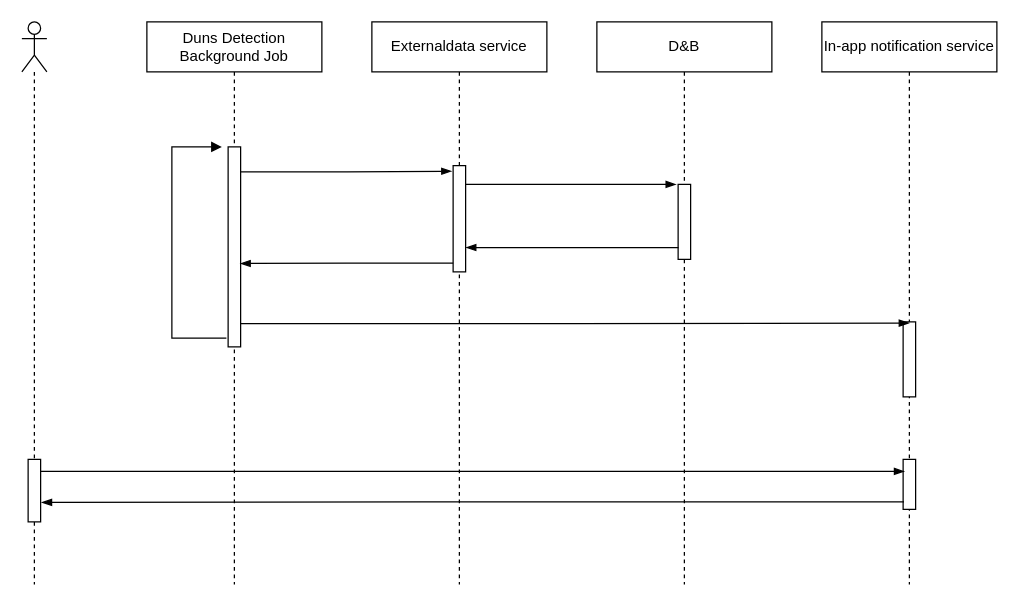
Earlier version of the draw.io diagram Untitled Diagram.drawio (huangshijie/Drawio). Source tidied: cells renumbered, new cells numbered last; positions are measured from the earlier drawing's top-left corner, leaving out a move shared by most shapes. Both pictures are drawn from the tidied source at 125%, with x=0, y=0 at pixel (21, 21).
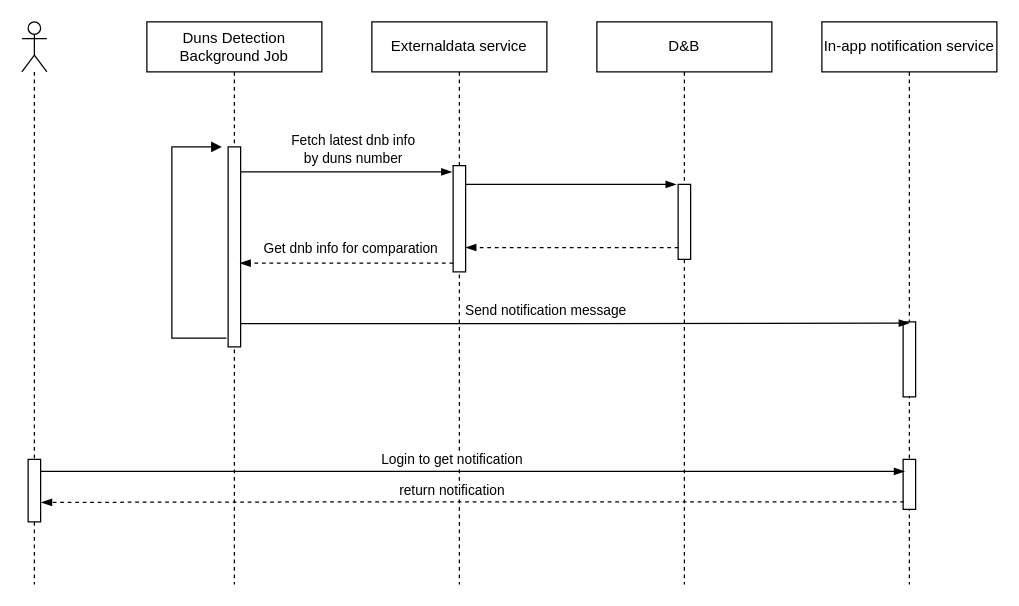
After the change.

Unchanged cells that the change refers to:
```xml
<mxCell id="2" value="Externaldata service" style="shape=umlLifeline;perimeter=lifelinePerimeter;whiteSpace=wrap;html=1;" parent="1" vertex="1">
  <mxGeometry x="280" width="140" height="450" as="geometry" />
</mxCell>
<mxCell id="3" style="html=1;points=[];perimeter=orthogonalPerimeter;" parent="2" vertex="1">
  <mxGeometry x="65" y="115" width="10" height="85" as="geometry" />
</mxCell>
<mxCell id="5" value="Duns Detection Background Job" style="shape=umlLifeline;perimeter=lifelinePerimeter;whiteSpace=wrap;html=1;" parent="1" vertex="1">
  <mxGeometry x="100" width="140" height="450" as="geometry" />
</mxCell>
<mxCell id="6" style="html=1;points=[];perimeter=orthogonalPerimeter;" parent="5" vertex="1">
  <mxGeometry x="65" y="100" width="10" height="160" as="geometry" />
</mxCell>
<mxCell id="10" style="html=1;points=[];perimeter=orthogonalPerimeter;" parent="9" vertex="1">
  <mxGeometry x="65" y="130" width="10" height="60" as="geometry" />
</mxCell>
<mxCell id="13" style="html=1;points=[];perimeter=orthogonalPerimeter;" parent="11" vertex="1">
  <mxGeometry x="65" y="350" width="10" height="40" as="geometry" />
</mxCell>
<mxCell id="16" style="edgeStyle=elbowEdgeStyle;fontSize=12;html=1;endArrow=blockThin;endFill=1;rounded=0;exitX=0.967;exitY=0.884;exitDx=0;exitDy=0;exitPerimeter=0;" parent="1" edge="1" source="6">
  <mxGeometry relative="1" as="geometry">
    <mxPoint x="710" y="241" as="targetPoint" />
  </mxGeometry>
</mxCell>
<mxCell id="18" style="html=1;points=[];perimeter=orthogonalPerimeter;" parent="17" vertex="1">
  <mxGeometry x="5" y="350" width="10" height="50" as="geometry" />
</mxCell>
<mxCell id="19" style="edgeStyle=elbowEdgeStyle;fontSize=12;html=1;endArrow=blockThin;endFill=1;rounded=0;exitX=0.971;exitY=0.192;exitDx=0;exitDy=0;exitPerimeter=0;entryX=0.114;entryY=0.24;entryDx=0;entryDy=0;entryPerimeter=0;" parent="1" edge="1" source="18" target="13">
  <mxGeometry relative="1" as="geometry" />
</mxCell>
```

Change to the diagram source:
```diff
@@
-    <mxCell id="4" style="edgeStyle=elbowEdgeStyle;fontSize=12;html=1;endArrow=blockThin;endFill=1;rounded=0;entryX=-0.151;entryY=0;entryDx=0;entryDy=0;entryPerimeter=0;" parent="2" edge="1" target="10">
+    <mxCell id="4" style="edgeStyle=elbowEdgeStyle;fontSize=12;html=1;endArrow=blockThin;endFill=1;rounded=0;entryX=-0.151;entryY=0;entryDx=0;entryDy=0;entryPerimeter=0;elbow=vertical;" parent="2" edge="1" target="10">
       <mxGeometry relative="1" as="geometry">
         <mxPoint x="75" y="130" as="sourcePoint" />
       </mxGeometry>
     </mxCell>
@@
-    <mxCell id="8" style="edgeStyle=elbowEdgeStyle;fontSize=12;html=1;endArrow=blockThin;endFill=1;rounded=0;entryX=-0.1;entryY=0.053;entryDx=0;entryDy=0;entryPerimeter=0;" parent="5" edge="1" target="3">
+    <mxCell id="8" style="edgeStyle=elbowEdgeStyle;fontSize=12;html=1;endArrow=blockThin;endFill=1;rounded=0;entryX=-0.1;entryY=0.053;entryDx=0;entryDy=0;entryPerimeter=0;elbow=vertical;" parent="5" edge="1" target="3">
       <mxGeometry relative="1" as="geometry">
         <mxPoint x="75" y="120" as="sourcePoint" />
       </mxGeometry>
     </mxCell>
+    <mxCell id="21" value="Fetch latest dnb info &lt;br&gt;by duns number" style="edgeLabel;html=1;align=center;verticalAlign=middle;" parent="8" vertex="1">
+      <mxGeometry x="-0.13" y="-1" relative="1" as="geometry">
+        <mxPoint x="15" y="-20" as="offset" />
+      </mxGeometry>
+    </mxCell>
@@
-    <mxCell id="14" style="edgeStyle=elbowEdgeStyle;fontSize=12;html=1;endArrow=blockThin;endFill=1;rounded=0;exitX=0.033;exitY=0.844;exitDx=0;exitDy=0;exitPerimeter=0;entryX=1.005;entryY=0.771;entryDx=0;entryDy=0;entryPerimeter=0;" parent="1" edge="1" source="10" target="3">
+    <mxCell id="14" style="edgeStyle=elbowEdgeStyle;fontSize=12;html=1;endArrow=blockThin;endFill=1;rounded=0;exitX=0.033;exitY=0.844;exitDx=0;exitDy=0;exitPerimeter=0;entryX=1.005;entryY=0.771;entryDx=0;entryDy=0;entryPerimeter=0;dashed=1;" parent="1" edge="1" source="10" target="3">
       <mxGeometry relative="1" as="geometry" />
     </mxCell>
-    <mxCell id="15" style="edgeStyle=elbowEdgeStyle;fontSize=12;html=1;endArrow=blockThin;endFill=1;rounded=0;exitX=0.005;exitY=0.917;exitDx=0;exitDy=0;exitPerimeter=0;entryX=0.957;entryY=0.583;entryDx=0;entryDy=0;entryPerimeter=0;" parent="1" edge="1" source="3" target="6">
+    <mxCell id="15" style="edgeStyle=elbowEdgeStyle;fontSize=12;html=1;endArrow=blockThin;endFill=1;rounded=0;exitX=0.005;exitY=0.917;exitDx=0;exitDy=0;exitPerimeter=0;entryX=0.957;entryY=0.583;entryDx=0;entryDy=0;entryPerimeter=0;elbow=vertical;dashed=1;" parent="1" edge="1" source="3" target="6">
       <mxGeometry relative="1" as="geometry" />
     </mxCell>
+    <mxCell id="22" value="Get dnb info for comparation" style="edgeLabel;html=1;align=center;verticalAlign=middle;" parent="15" vertex="1">
+      <mxGeometry x="0.26" y="1" relative="1" as="geometry">
+        <mxPoint x="25" y="-14" as="offset" />
+      </mxGeometry>
+    </mxCell>
@@
+    <mxCell id="23" value="Send notification message" style="edgeLabel;html=1;align=center;verticalAlign=middle;" parent="16" vertex="1">
+      <mxGeometry x="-0.08" y="-2" relative="1" as="geometry">
+        <mxPoint x="-2" y="-13" as="offset" />
+      </mxGeometry>
+    </mxCell>
@@
+    <mxCell id="24" value="Login to get notification" style="edgeLabel;html=1;align=center;verticalAlign=middle;" parent="19" vertex="1">
+      <mxGeometry x="-0.05" relative="1" as="geometry">
+        <mxPoint x="1" y="-10" as="offset" />
+      </mxGeometry>
+    </mxCell>
-    <mxCell id="20" style="edgeStyle=elbowEdgeStyle;fontSize=12;html=1;endArrow=blockThin;endFill=1;rounded=0;entryX=1.067;entryY=0.688;entryDx=0;entryDy=0;entryPerimeter=0;exitX=0.067;exitY=0.848;exitDx=0;exitDy=0;exitPerimeter=0;" parent="1" edge="1" source="13" target="18">
+    <mxCell id="20" style="edgeStyle=elbowEdgeStyle;fontSize=12;html=1;endArrow=blockThin;endFill=1;rounded=0;entryX=1.067;entryY=0.688;entryDx=0;entryDy=0;entryPerimeter=0;exitX=0.067;exitY=0.848;exitDx=0;exitDy=0;exitPerimeter=0;dashed=1;" parent="1" edge="1" source="13" target="18">
       <mxGeometry relative="1" as="geometry">
         <Array as="points">
           <mxPoint x="320" y="390" />
         </Array>
       </mxGeometry>
     </mxCell>
+    <mxCell id="25" value="return notification" style="edgeLabel;html=1;align=center;verticalAlign=middle;" parent="20" vertex="1">
+      <mxGeometry x="0.04" y="-2" relative="1" as="geometry">
+        <mxPoint x="-3" y="-7" as="offset" />
+      </mxGeometry>
+    </mxCell>
```
